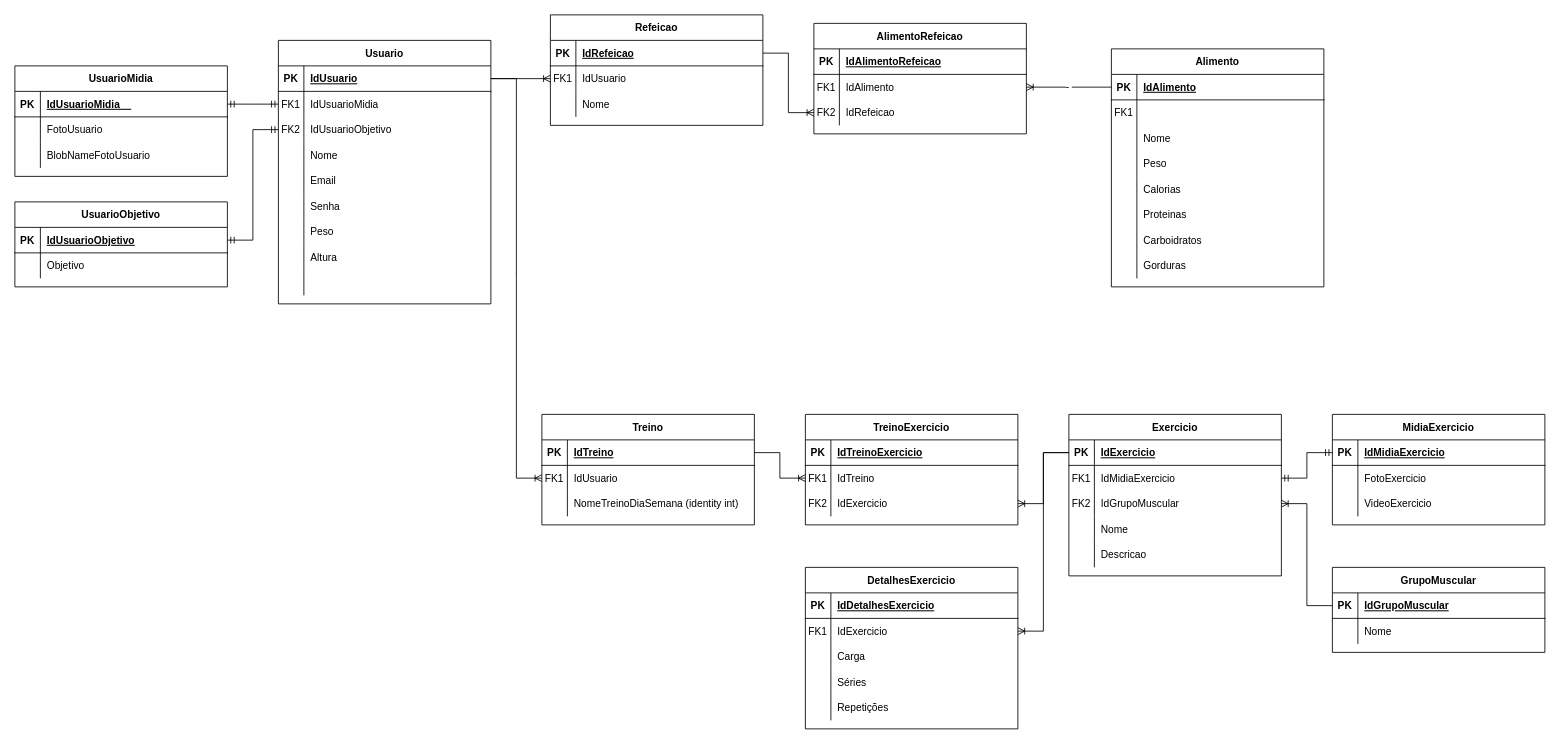
Above: FitTrack.drawio in guuenzo/FitTrack (draw.io), before the change. Source tidied: cells renumbered, new cells numbered last; positions are measured from the earlier drawing's top-left corner, leaving out a move shared by most shapes. Both pictures are drawn from the tidied source at 85%, with x=0, y=0 at pixel (14, 14).
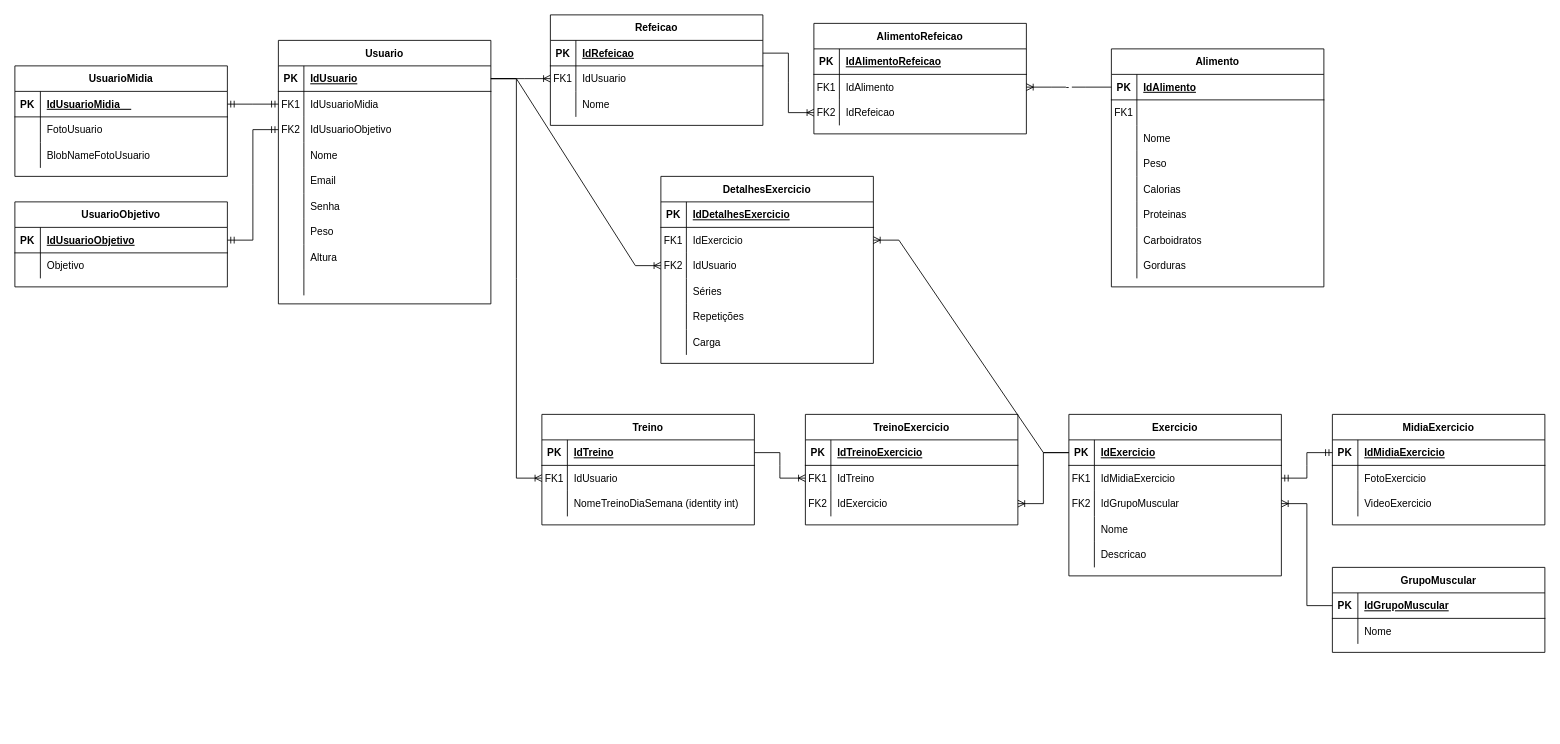
After the change.

The change refers to these unchanged cells:
```xml
<mxCell id="3" style="shape=partialRectangle;fillColor=none;points=[[0,0.5],[1,0.5]];portConstraint=eastwest;top=0;left=0;right=0;bottom=1;" parent="2" vertex="1">
  <mxGeometry y="30" width="250" height="30" as="geometry" />
</mxCell>
<mxCell id="162" style="shape=partialRectangle;fillColor=none;points=[[0,0.5],[1,0.5]];portConstraint=eastwest;top=0;left=0;right=0;bottom=0;" parent="155" vertex="1">
  <mxGeometry y="90" width="250" height="30" as="geometry" />
</mxCell>
```

The edit, as a diff of the source:
```diff
@@
     <mxCell id="155" value="DetalhesExercicio" style="shape=table;startSize=30;childLayout=tableLayout;rowLines=0;fontStyle=1;align=center;" parent="1" vertex="1">
-      <mxGeometry x="930" y="650" width="250" height="190" as="geometry" />
+      <mxGeometry x="760" y="190" width="250" height="220" as="geometry" />
     </mxCell>
@@
-    <mxCell id="163" style="shape=partialRectangle;overflow=hidden;fillColor=none;top=0;left=0;bottom=0;right=0;" parent="162" vertex="1">
+    <mxCell id="163" value="FK2" style="shape=partialRectangle;overflow=hidden;fillColor=none;top=0;left=0;bottom=0;right=0;" parent="162" vertex="1">
       <mxGeometry width="30" height="30" as="geometry" />
     </mxCell>
-    <mxCell id="164" value="Carga" style="shape=partialRectangle;overflow=hidden;fillColor=none;top=0;left=0;bottom=0;right=0;align=left;spacingLeft=6;" parent="162" vertex="1">
+    <mxCell id="164" value="IdUsuario" style="shape=partialRectangle;overflow=hidden;fillColor=none;top=0;left=0;bottom=0;right=0;align=left;spacingLeft=6;" parent="162" vertex="1">
       <mxGeometry x="30" width="220" height="30" as="geometry" />
     </mxCell>
@@
+    <mxCell id="172" style="shape=partialRectangle;fillColor=none;top=0;left=0;right=0;bottom=0;" parent="155" vertex="1">
+      <mxGeometry y="180" width="250" height="30" as="geometry" />
+    </mxCell>
+    <mxCell id="173" style="shape=partialRectangle;overflow=hidden;fillColor=none;top=0;left=0;bottom=0;right=0;" parent="172" vertex="1">
+      <mxGeometry width="30" height="30" as="geometry" />
+    </mxCell>
+    <mxCell id="174" value="Carga" style="shape=partialRectangle;overflow=hidden;fillColor=none;top=0;left=0;bottom=0;right=0;align=left;spacingLeft=6;" parent="172" vertex="1">
+      <mxGeometry x="30" width="220" height="30" as="geometry" />
+    </mxCell>
@@
+    <mxCell id="175" style="edgeStyle=entityRelationEdgeStyle;fontSize=12;html=1;endArrow=ERoneToMany;rounded=0;exitX=1;exitY=0.5;exitDx=0;exitDy=0;entryX=0;entryY=0.5;entryDx=0;entryDy=0;" parent="1" edge="1" source="3" target="162">
+      <mxGeometry relative="1" as="geometry" />
+    </mxCell>
```
